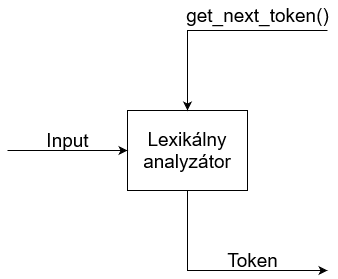
Earlier version of the draw.io export documentation/src/Lexikálna analýza.drawio.png (AndreiShchepa/BUT_COMPILER_2021). Source tidied: cells renumbered, new cells last; positions are measured from the earlier drawing's top-left corner, leaving out a move shared by most shapes.
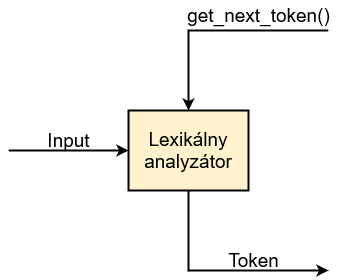
Above is the later version.

The edit, as a diff of the source:
```diff
@@ -2,10 +2,10 @@
   <root>
     <mxCell id="0" />
     <mxCell id="1" parent="0" />
-    <mxCell id="2" value="&lt;font style=&quot;font-size: 19px&quot;&gt;Lexikálny analyzátor&lt;/font&gt;" style="rounded=0;whiteSpace=wrap;html=1;" parent="1" vertex="1">
+    <mxCell id="2" value="&lt;font style=&quot;font-size: 19px&quot;&gt;Lexikálny analyzátor&lt;/font&gt;" style="rounded=0;whiteSpace=wrap;html=1;strokeWidth=2;fillColor=#fff2cc;strokeColor=#000000;" parent="1" vertex="1">
       <mxGeometry x="120" y="110" width="120" height="80" as="geometry" />
     </mxCell>
-    <mxCell id="3" style="endArrow=classic;html=1;rounded=0;exitX=0.5;exitY=1;exitDx=0;exitDy=0;" parent="1" edge="1" source="2">
+    <mxCell id="3" style="endArrow=classic;html=1;rounded=0;exitX=0.5;exitY=1;exitDx=0;exitDy=0;strokeWidth=2;" parent="1" edge="1" source="2">
       <mxGeometry relative="1" as="geometry">
         <mxPoint x="320" y="270" as="targetPoint" />
         <Array as="points">
@@ -14,7 +14,7 @@
         </Array>
       </mxGeometry>
     </mxCell>
-    <mxCell id="4" style="endArrow=classic;html=1;rounded=0;fontSize=19;entryX=0;entryY=0.5;entryDx=0;entryDy=0;" parent="1" edge="1" target="2">
+    <mxCell id="4" style="endArrow=classic;html=1;rounded=0;fontSize=19;entryX=0;entryY=0.5;entryDx=0;entryDy=0;strokeWidth=2;" parent="1" edge="1" target="2">
       <mxGeometry relative="1" as="geometry">
         <mxPoint y="150" as="sourcePoint" />
       </mxGeometry>
@@ -25,7 +25,7 @@
     <mxCell id="6" value="&lt;font style=&quot;font-size: 19px&quot;&gt;Token&lt;/font&gt;" style="text;html=1;align=center;verticalAlign=middle;strokeColor=none;fillColor=none;" parent="1" vertex="1">
       <mxGeometry x="210" y="250" width="70" height="20" as="geometry" />
     </mxCell>
-    <mxCell id="7" style="endArrow=classic;html=1;rounded=0;fontSize=19;entryX=0.5;entryY=0;entryDx=0;entryDy=0;" parent="1" edge="1" target="2">
+    <mxCell id="7" style="endArrow=classic;html=1;rounded=0;fontSize=19;entryX=0.5;entryY=0;entryDx=0;entryDy=0;strokeWidth=2;" parent="1" edge="1" target="2">
       <mxGeometry relative="1" as="geometry">
         <mxPoint x="320" y="30" as="sourcePoint" />
         <Array as="points">
```
